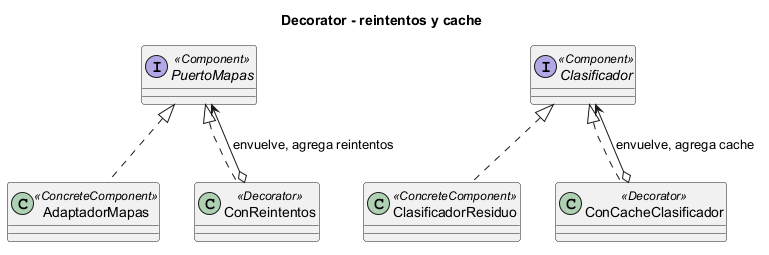
Above: docs/design/patrones/img/decorator.png in SharonCondoriUNSA/cs-2026b-lab04-grupo10 (PlantUML), before the change.
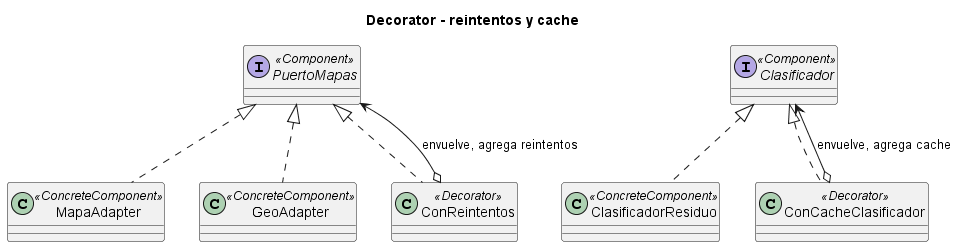
After the commit.

What changed in the source:
```diff
@@ -1,9 +1,11 @@
 @startuml decorator
 title Decorator - reintentos y cache
 interface PuertoMapas <<Component>>
-class AdaptadorMapas <<ConcreteComponent>>
+class MapaAdapter <<ConcreteComponent>>
+class GeoAdapter <<ConcreteComponent>>
 class ConReintentos <<Decorator>>
-PuertoMapas <|.. AdaptadorMapas
+PuertoMapas <|.. MapaAdapter
+PuertoMapas <|.. GeoAdapter
 PuertoMapas <|.. ConReintentos
 ConReintentos o--> PuertoMapas : envuelve, agrega reintentos
 interface Clasificador <<Component>>
```
